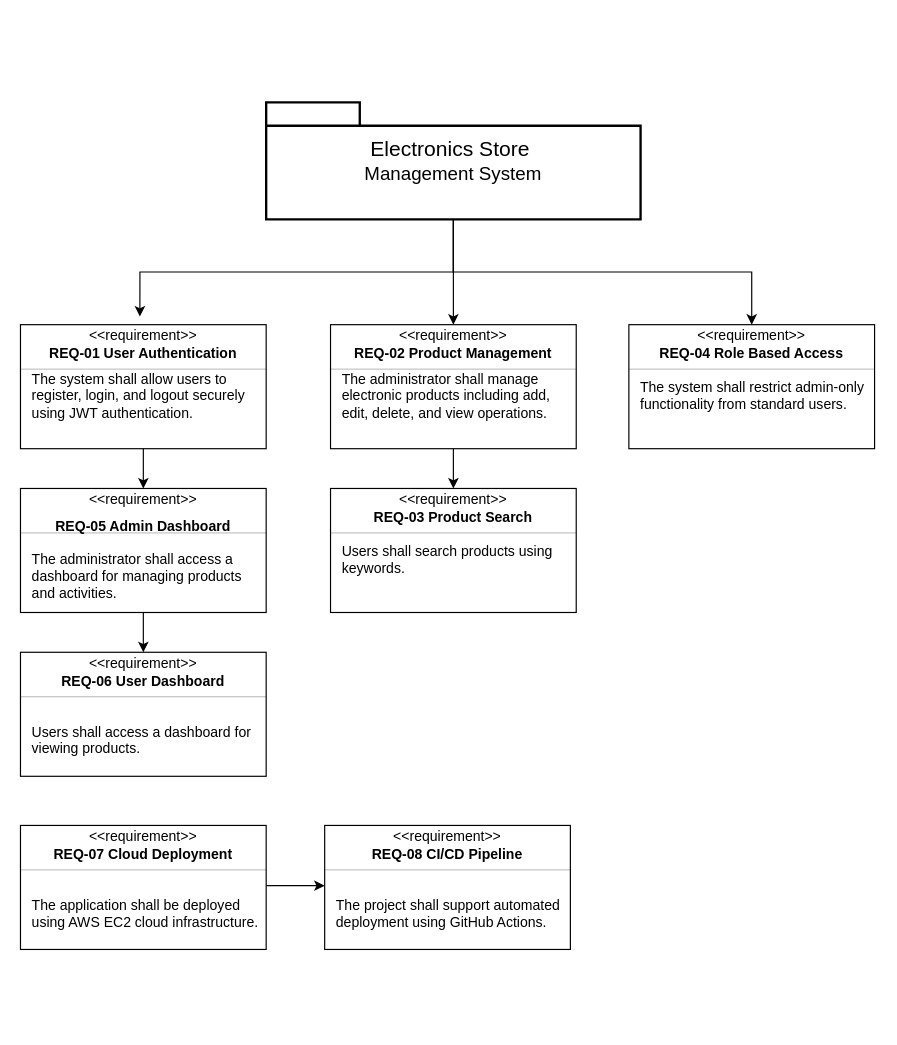
Before: docs/sysml/1- ESMS_Requirement_Diagram.drawio in zunair-hub/electronics-store-management-system, a draw.io diagram. Source tidied: cells renumbered, new cells numbered last; positions are measured from the earlier drawing's top-left corner, leaving out a move shared by most shapes. Both pictures are drawn from the tidied source at 117%, with x=0, y=0 at pixel (20, 102).
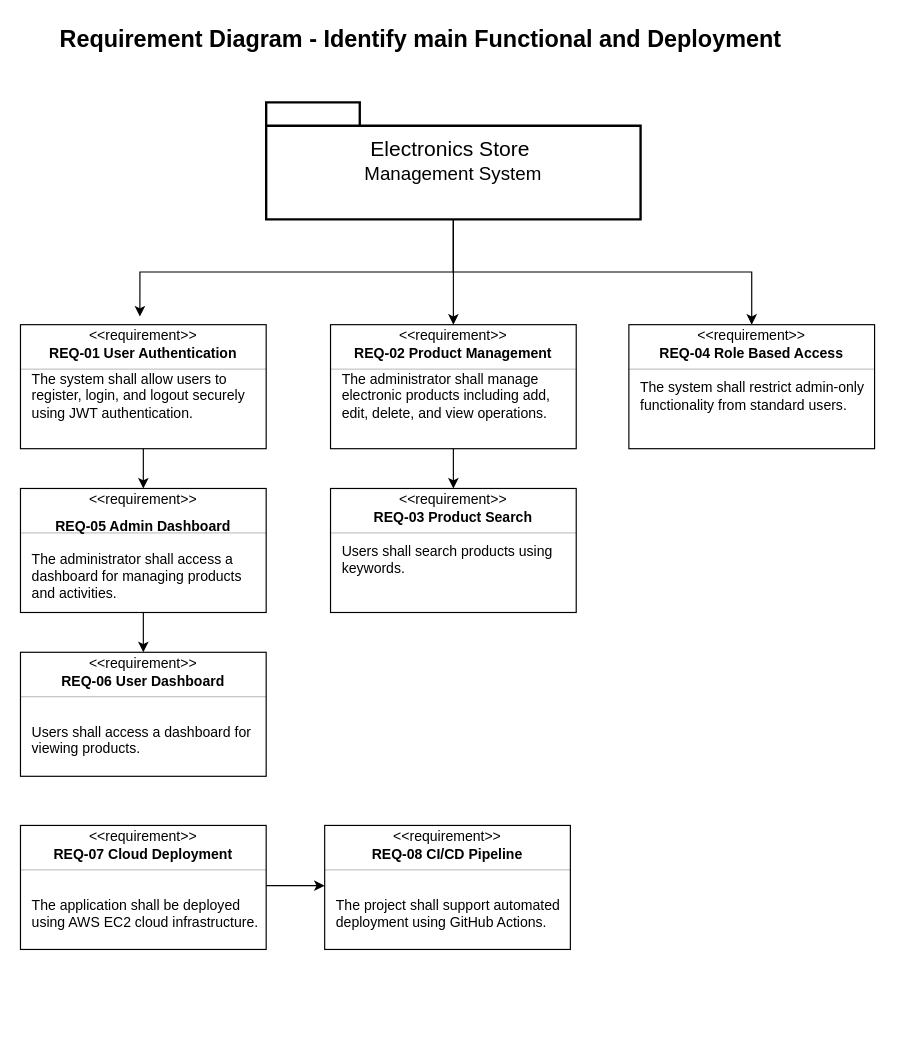
The same diagram, later.

Change to the diagram source:
```diff
@@
+    <mxCell id="74" value="&lt;font style=&quot;font-size: 20px;&quot;&gt;&lt;b&gt;Requirement Diagram - Identify main Functional and Deployment&amp;nbsp;&lt;/b&gt;&lt;/font&gt;" style="text;html=1;whiteSpace=wrap;strokeColor=none;fillColor=none;align=center;verticalAlign=middle;rounded=0;" parent="1" vertex="1">
+      <mxGeometry x="10" y="-70" width="670" height="30" as="geometry" />
+    </mxCell>
```
